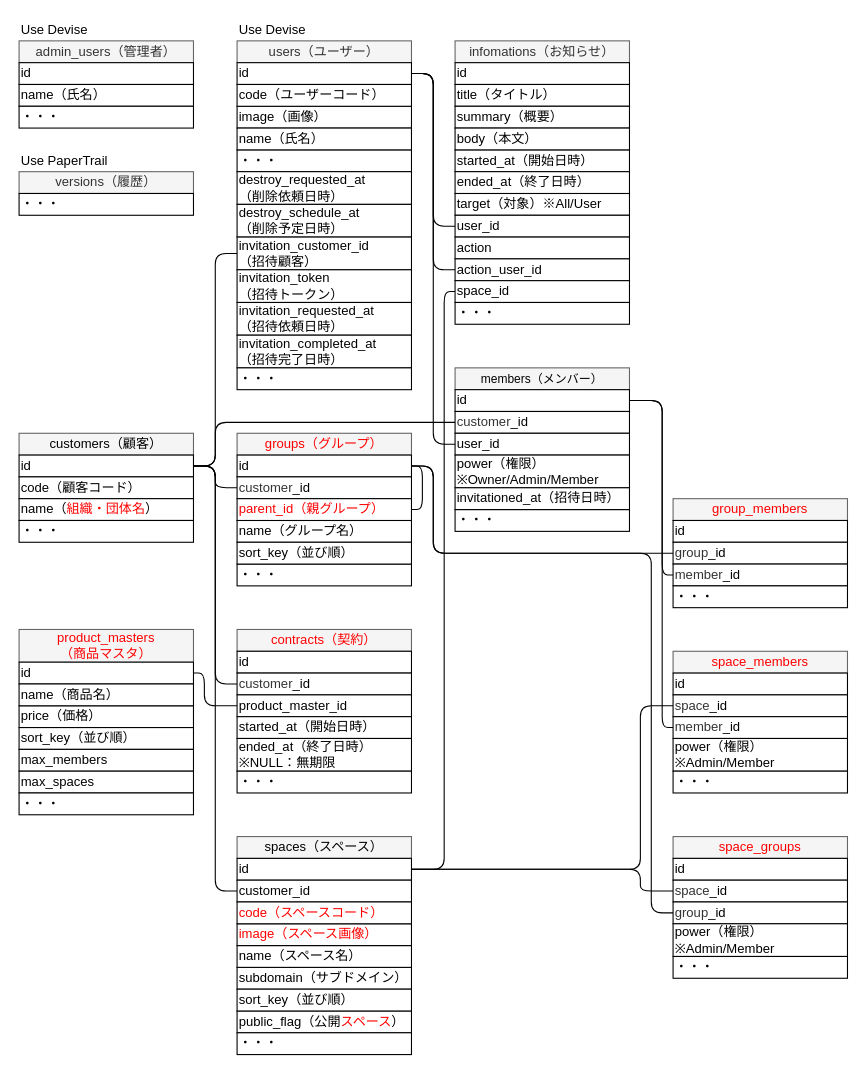
Before: 設計/ER図.drawio in nightonlypj/rails-app-origin, a draw.io diagram. Source tidied: cells renumbered, new cells numbered last; positions are measured from the earlier drawing's top-left corner, leaving out a move shared by most shapes. Both pictures are drawn from the tidied source at 109%, with x=0, y=0 at pixel (19, 19).
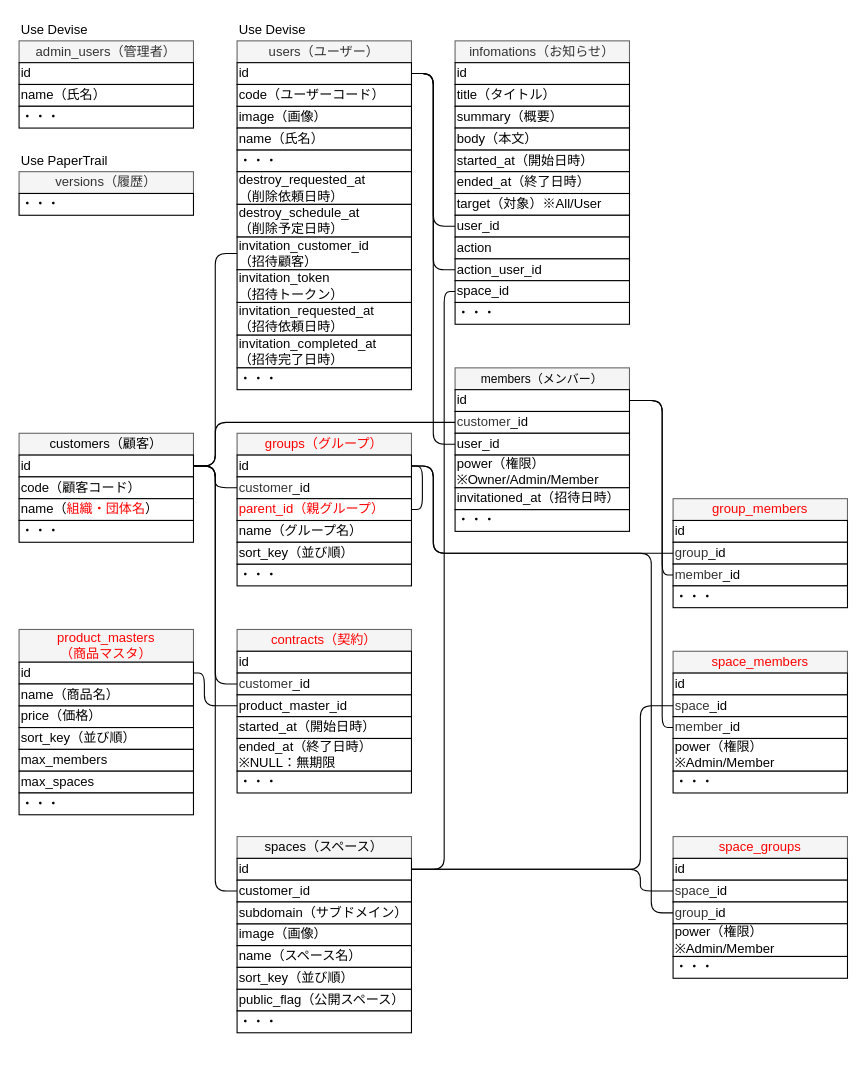
The same diagram, later.

The edit, as a diff of the source:
```diff
@@
-    <mxCell id="39" value="&lt;div style=&quot;text-align: center&quot;&gt;public_flag（公開&lt;font color=&quot;#ff0000&quot;&gt;スペース&lt;/font&gt;）&lt;/div&gt;" style="rounded=0;whiteSpace=wrap;html=1;align=left;" parent="1" vertex="1">
-      <mxGeometry x="200" y="910" width="160" height="20" as="geometry" />
+    <mxCell id="39" value="&lt;div style=&quot;text-align: center&quot;&gt;public_flag（公開スペース）&lt;/div&gt;" style="rounded=0;whiteSpace=wrap;html=1;align=left;" parent="1" vertex="1">
+      <mxGeometry x="200" y="890" width="160" height="20" as="geometry" />
     </mxCell>
-    <mxCell id="40" value="subdomain（サブドメイン）" style="rounded=0;whiteSpace=wrap;html=1;align=left;" parent="1" vertex="1">
-      <mxGeometry x="200" y="870" width="160" height="20" as="geometry" />
-    </mxCell>
     <mxCell id="41" value="・・・" style="rounded=0;whiteSpace=wrap;html=1;align=left;" parent="1" vertex="1">
-      <mxGeometry x="200" y="930" width="160" height="20" as="geometry" />
+      <mxGeometry x="200" y="910" width="160" height="20" as="geometry" />
     </mxCell>
@@
     <mxCell id="79" value="sort_key（並び順）" style="rounded=0;whiteSpace=wrap;html=1;align=left;" parent="1" vertex="1">
-      <mxGeometry x="200" y="890" width="160" height="20" as="geometry" />
+      <mxGeometry x="200" y="870" width="160" height="20" as="geometry" />
     </mxCell>
@@
-    <mxCell id="113" value="&lt;font color=&quot;#ff0000&quot;&gt;image（スペース画像）&lt;/font&gt;" style="rounded=0;whiteSpace=wrap;html=1;align=left;" parent="1" vertex="1">
+    <mxCell id="113" value="image（画像）" style="rounded=0;whiteSpace=wrap;html=1;align=left;" parent="1" vertex="1">
       <mxGeometry x="200" y="830" width="160" height="20" as="geometry" />
     </mxCell>
-    <mxCell id="114" value="&lt;font color=&quot;#ff0000&quot;&gt;code（スペースコード）&lt;/font&gt;" style="rounded=0;whiteSpace=wrap;html=1;align=left;" parent="1" vertex="1">
+    <mxCell id="114" value="subdomain（サブドメイン）" style="rounded=0;whiteSpace=wrap;html=1;align=left;" parent="1" vertex="1">
       <mxGeometry x="200" y="810" width="160" height="20" as="geometry" />
     </mxCell>
```
